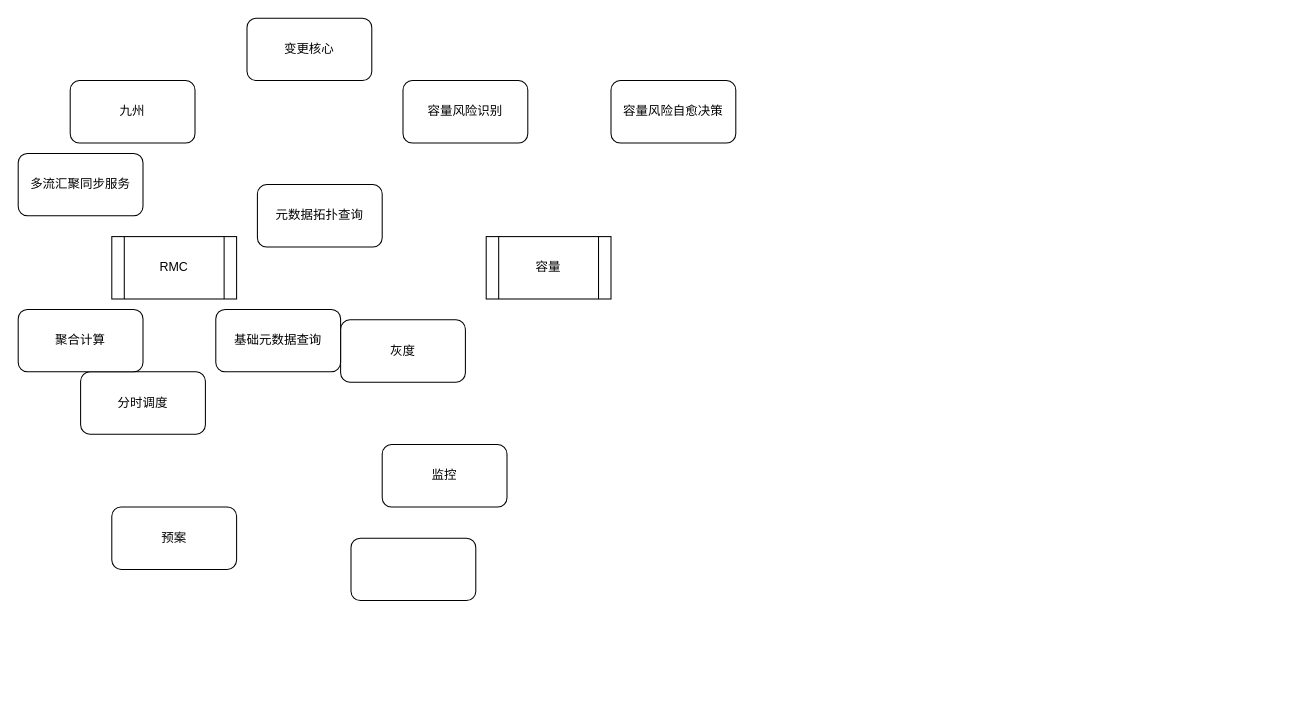
frankneu/draw.io keeps this draw.io diagram as 蚂蚁金服/容量风险识别&RMC业务散点图.drawio. Above is the earlier version. Source tidied: cells renumbered, new cells numbered last; positions are measured from the earlier drawing's top-left corner, leaving out a move shared by most shapes. Both pictures are drawn from the tidied source at 104%, with x=0, y=0 at pixel (18, 18).
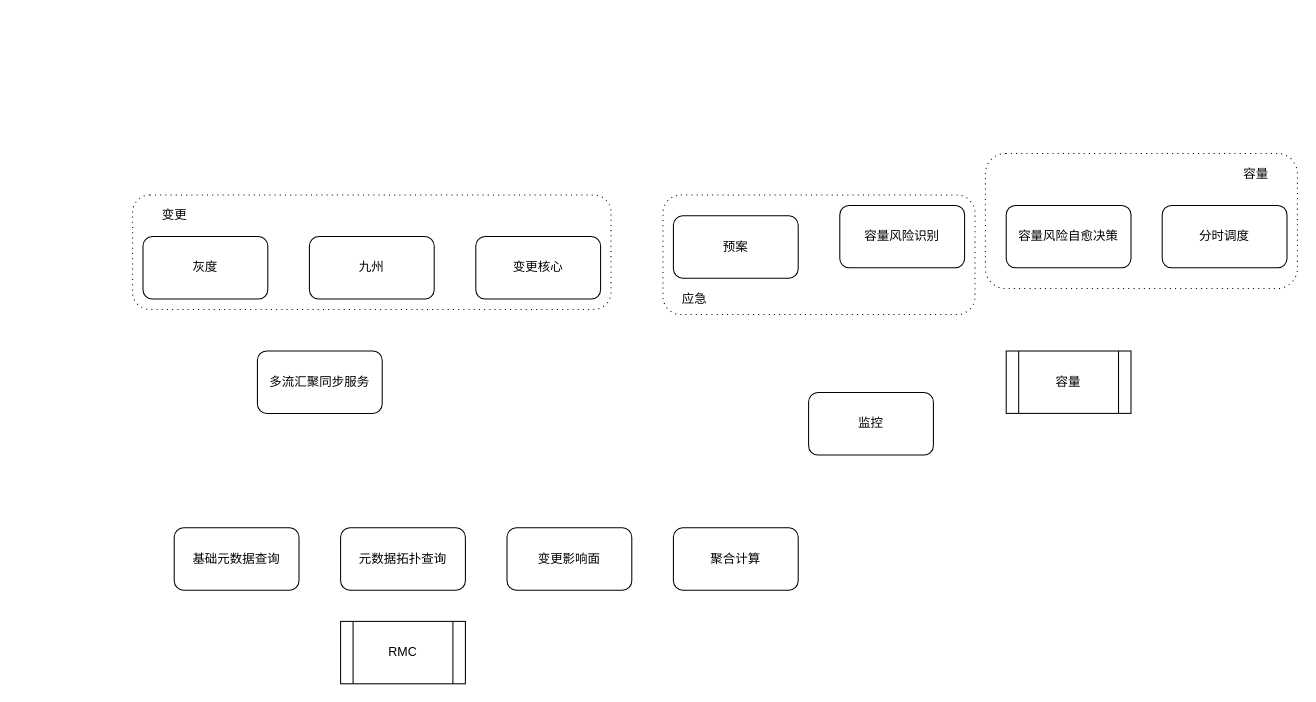
The same diagram, later.

Commit message (it also covers changes not shown here):
Update 容量风险识别&RMC业务散点图.drawio

Change to the diagram source:
```diff
@@
+    <mxCell id="17" style="shape=ext;rounded=1;html=1;whiteSpace=wrap;dashed=1;dashPattern=1 4;fillColor=none;" parent="1" vertex="1">
+      <mxGeometry x="620" y="170" width="300" height="115" as="geometry" />
+    </mxCell>
+    <mxCell id="18" style="shape=ext;rounded=1;html=1;whiteSpace=wrap;dashed=1;dashPattern=1 4;fillColor=none;" parent="1" vertex="1">
+      <mxGeometry x="930" y="130" width="300" height="130" as="geometry" />
+    </mxCell>
+    <mxCell id="19" style="shape=ext;rounded=1;html=1;whiteSpace=wrap;dashed=1;dashPattern=1 4;fillColor=none;" parent="1" vertex="1">
+      <mxGeometry x="110" y="170" width="460" height="110" as="geometry" />
+    </mxCell>
-    <mxCell id="2" value="RMC" style="shape=process;whiteSpace=wrap;html=1;backgroundOutline=1;" parent="1" vertex="1">
-      <mxGeometry x="90" y="210" width="120" height="60" as="geometry" />
+    <mxCell id="2" value="RMC" style="shape=process;whiteSpace=wrap;html=1;backgroundOutline=1;fillColor=none;" parent="1" vertex="1">
+      <mxGeometry x="310" y="580" width="120" height="60" as="geometry" />
     </mxCell>
-    <mxCell id="3" value="容量" style="shape=process;whiteSpace=wrap;html=1;backgroundOutline=1;" parent="1" vertex="1">
-      <mxGeometry x="450" y="210" width="120" height="60" as="geometry" />
+    <mxCell id="3" value="容量" style="shape=process;whiteSpace=wrap;html=1;backgroundOutline=1;fillColor=none;" parent="1" vertex="1">
+      <mxGeometry x="950" y="320" width="120" height="60" as="geometry" />
     </mxCell>
-    <mxCell id="4" value="容量风险识别" style="rounded=1;whiteSpace=wrap;html=1;" parent="1" vertex="1">
-      <mxGeometry x="370" y="60" width="120" height="60" as="geometry" />
+    <mxCell id="4" value="容量风险识别" style="rounded=1;whiteSpace=wrap;html=1;fillColor=none;" parent="1" vertex="1">
+      <mxGeometry x="790" y="180" width="120" height="60" as="geometry" />
     </mxCell>
-    <mxCell id="5" value="容量风险自愈决策" style="rounded=1;whiteSpace=wrap;html=1;" parent="1" vertex="1">
-      <mxGeometry x="570" y="60" width="120" height="60" as="geometry" />
+    <mxCell id="5" value="容量风险自愈决策" style="rounded=1;whiteSpace=wrap;html=1;fillColor=none;" parent="1" vertex="1">
+      <mxGeometry x="950" y="180" width="120" height="60" as="geometry" />
     </mxCell>
-    <mxCell id="6" value="九州" style="rounded=1;whiteSpace=wrap;html=1;" parent="1" vertex="1">
-      <mxGeometry x="50" y="60" width="120" height="60" as="geometry" />
+    <mxCell id="6" value="九州" style="rounded=1;whiteSpace=wrap;html=1;fillColor=none;" parent="1" vertex="1">
+      <mxGeometry x="280" y="210" width="120" height="60" as="geometry" />
     </mxCell>
-    <mxCell id="7" value="变更核心" style="rounded=1;whiteSpace=wrap;html=1;" parent="1" vertex="1">
-      <mxGeometry x="220" width="120" height="60" as="geometry" />
+    <mxCell id="7" value="变更核心" style="rounded=1;whiteSpace=wrap;html=1;fillColor=none;" parent="1" vertex="1">
+      <mxGeometry x="440" y="210" width="120" height="60" as="geometry" />
     </mxCell>
-    <mxCell id="8" value="元数据拓扑查询" style="rounded=1;whiteSpace=wrap;html=1;" parent="1" vertex="1">
-      <mxGeometry x="230" y="160" width="120" height="60" as="geometry" />
+    <mxCell id="8" value="元数据拓扑查询" style="rounded=1;whiteSpace=wrap;html=1;fillColor=none;" parent="1" vertex="1">
+      <mxGeometry x="310" y="490" width="120" height="60" as="geometry" />
     </mxCell>
-    <mxCell id="9" value="灰度" style="rounded=1;whiteSpace=wrap;html=1;" parent="1" vertex="1">
-      <mxGeometry x="310" y="290" width="120" height="60" as="geometry" />
+    <mxCell id="9" value="灰度" style="rounded=1;whiteSpace=wrap;html=1;fillColor=none;" parent="1" vertex="1">
+      <mxGeometry x="120" y="210" width="120" height="60" as="geometry" />
     </mxCell>
-    <mxCell id="10" value="监控" style="rounded=1;whiteSpace=wrap;html=1;" parent="1" vertex="1">
-      <mxGeometry x="350" y="410" width="120" height="60" as="geometry" />
+    <mxCell id="10" value="监控" style="rounded=1;whiteSpace=wrap;html=1;fillColor=none;" parent="1" vertex="1">
+      <mxGeometry x="760" y="360" width="120" height="60" as="geometry" />
     </mxCell>
-    <mxCell id="11" value="分时调度" style="rounded=1;whiteSpace=wrap;html=1;" parent="1" vertex="1">
-      <mxGeometry x="60" y="340" width="120" height="60" as="geometry" />
+    <mxCell id="11" value="分时调度" style="rounded=1;whiteSpace=wrap;html=1;fillColor=none;" parent="1" vertex="1">
+      <mxGeometry x="1100" y="180" width="120" height="60" as="geometry" />
     </mxCell>
-    <mxCell id="12" value="预案" style="rounded=1;whiteSpace=wrap;html=1;" parent="1" vertex="1">
-      <mxGeometry x="90" y="470" width="120" height="60" as="geometry" />
+    <mxCell id="12" value="预案" style="rounded=1;whiteSpace=wrap;html=1;fillColor=none;" parent="1" vertex="1">
+      <mxGeometry x="630" y="190" width="120" height="60" as="geometry" />
     </mxCell>
-    <mxCell id="13" style="rounded=1;whiteSpace=wrap;html=1;" parent="1" vertex="1">
-      <mxGeometry x="320" y="500" width="120" height="60" as="geometry" />
+    <mxCell id="13" value="变更影响面" style="rounded=1;whiteSpace=wrap;html=1;fillColor=none;" parent="1" vertex="1">
+      <mxGeometry x="470" y="490" width="120" height="60" as="geometry" />
     </mxCell>
-    <mxCell id="14" value="多流汇聚同步服务" style="rounded=1;whiteSpace=wrap;html=1;" parent="1" vertex="1">
-      <mxGeometry y="130" width="120" height="60" as="geometry" />
+    <mxCell id="14" value="多流汇聚同步服务" style="rounded=1;whiteSpace=wrap;html=1;fillColor=none;" parent="1" vertex="1">
+      <mxGeometry x="230" y="320" width="120" height="60" as="geometry" />
     </mxCell>
-    <mxCell id="15" value="聚合计算" style="rounded=1;whiteSpace=wrap;html=1;" parent="1" vertex="1">
-      <mxGeometry y="280" width="120" height="60" as="geometry" />
+    <mxCell id="15" value="聚合计算" style="rounded=1;whiteSpace=wrap;html=1;fillColor=none;" parent="1" vertex="1">
+      <mxGeometry x="630" y="490" width="120" height="60" as="geometry" />
     </mxCell>
-    <mxCell id="16" value="基础元数据查询" style="rounded=1;whiteSpace=wrap;html=1;" parent="1" vertex="1">
-      <mxGeometry x="190" y="280" width="120" height="60" as="geometry" />
+    <mxCell id="16" value="基础元数据查询" style="rounded=1;whiteSpace=wrap;html=1;fillColor=none;" parent="1" vertex="1">
+      <mxGeometry x="150" y="490" width="120" height="60" as="geometry" />
     </mxCell>
+    <mxCell id="20" value="变更" style="text;html=1;align=center;verticalAlign=middle;fillColor=none;" parent="1" vertex="1">
+      <mxGeometry x="130" y="180" width="40" height="20" as="geometry" />
+    </mxCell>
+    <mxCell id="21" value="应急" style="text;html=1;align=center;verticalAlign=middle;fillColor=none;" parent="1" vertex="1">
+      <mxGeometry x="630" y="260" width="40" height="20" as="geometry" />
+    </mxCell>
+    <mxCell id="22" value="容量" style="text;html=1;align=center;verticalAlign=middle;fillColor=none;" parent="1" vertex="1">
+      <mxGeometry x="1170" y="140" width="40" height="20" as="geometry" />
+    </mxCell>
```
